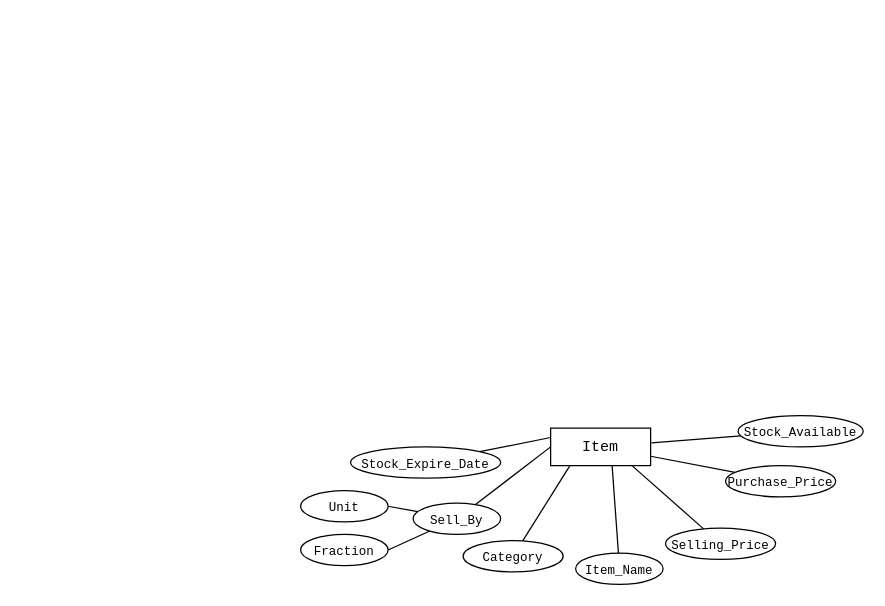
Earlier version of the draw.io diagram page "Page-1" (1 of 2) of POS.drawio (AmilSrinath/New-POS). Source tidied: cells renumbered, new cells numbered last; positions are measured from the earlier drawing's top-left corner, leaving out a move shared by most shapes. Both pictures are drawn from the tidied source at 125%, with x=0, y=0 at pixel (300, 415).
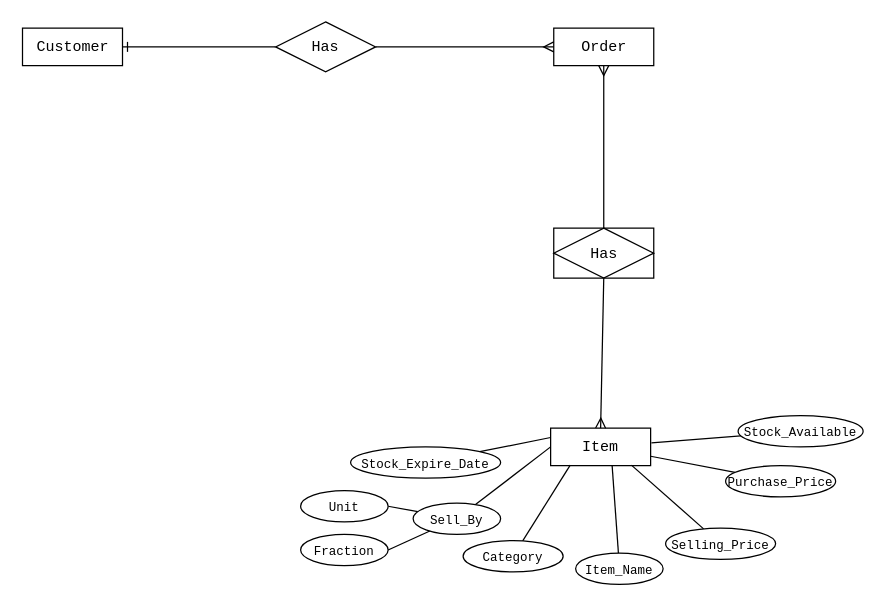
Above is the later version.

Unchanged cells that the change refers to:
```xml
<mxCell id="2" value="&lt;font face=&quot;Courier New&quot;&gt;Item&lt;/font&gt;" style="whiteSpace=wrap;html=1;align=center;" parent="1" vertex="1">
  <mxGeometry x="200" y="10" width="80" height="30" as="geometry" />
</mxCell>
```

The edit, as a diff of the source:
```diff
@@
+    <mxCell id="21" value="&lt;font face=&quot;Courier New&quot;&gt;Customer&lt;/font&gt;" style="whiteSpace=wrap;html=1;align=center;" parent="1" vertex="1">
+      <mxGeometry x="-222.5" y="-310" width="80" height="30" as="geometry" />
+    </mxCell>
+    <mxCell id="22" value="&lt;font face=&quot;Courier New&quot;&gt;Order&lt;/font&gt;" style="whiteSpace=wrap;html=1;align=center;" parent="1" vertex="1">
+      <mxGeometry x="202.5" y="-310" width="80" height="30" as="geometry" />
+    </mxCell>
+    <mxCell id="23" style="fontSize=12;html=1;endArrow=ERmany;rounded=0;entryX=0.5;entryY=0;entryDx=0;entryDy=0;exitX=0.5;exitY=1;exitDx=0;exitDy=0;" parent="1" edge="1" source="25" target="2">
+      <mxGeometry relative="1" as="geometry" />
+    </mxCell>
+    <mxCell id="24" style="fontSize=12;html=1;endArrow=ERmany;rounded=0;entryX=0.5;entryY=1;entryDx=0;entryDy=0;exitX=0.5;exitY=0;exitDx=0;exitDy=0;" parent="1" edge="1" source="25" target="22">
+      <mxGeometry relative="1" as="geometry" />
+    </mxCell>
+    <mxCell id="25" value="&lt;font face=&quot;Courier New&quot;&gt;Has&lt;/font&gt;" style="shape=associativeEntity;whiteSpace=wrap;html=1;align=center;" parent="1" vertex="1">
+      <mxGeometry x="202.5" y="-150" width="80" height="40" as="geometry" />
+    </mxCell>
+    <mxCell id="26" value="&lt;font face=&quot;Courier New&quot;&gt;Has&lt;/font&gt;" style="shape=rhombus;perimeter=rhombusPerimeter;whiteSpace=wrap;html=1;align=center;" parent="1" vertex="1">
+      <mxGeometry x="-20" y="-315" width="80" height="40" as="geometry" />
+    </mxCell>
+    <mxCell id="27" style="fontSize=12;html=1;endArrow=ERmany;rounded=0;entryX=0;entryY=0.5;entryDx=0;entryDy=0;exitX=1;exitY=0.5;exitDx=0;exitDy=0;" parent="1" edge="1" source="26" target="22">
+      <mxGeometry relative="1" as="geometry" />
+    </mxCell>
+    <mxCell id="28" style="fontSize=12;html=1;endArrow=ERone;endFill=1;rounded=0;entryX=1;entryY=0.5;entryDx=0;entryDy=0;exitX=0;exitY=0.5;exitDx=0;exitDy=0;" parent="1" edge="1" source="26" target="21">
+      <mxGeometry relative="1" as="geometry" />
+    </mxCell>
```
